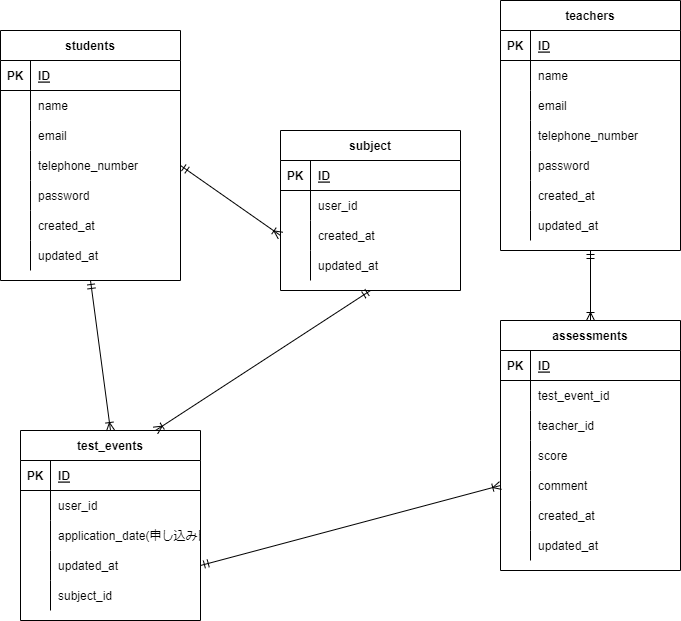
reth4e/database_practice keeps this draw.io diagram as 20220710mashita/er3.drawio.png. Above is the earlier version. Source tidied: cells renumbered, new cells last; positions are measured from the earlier drawing's top-left corner, leaving out a move shared by most shapes.
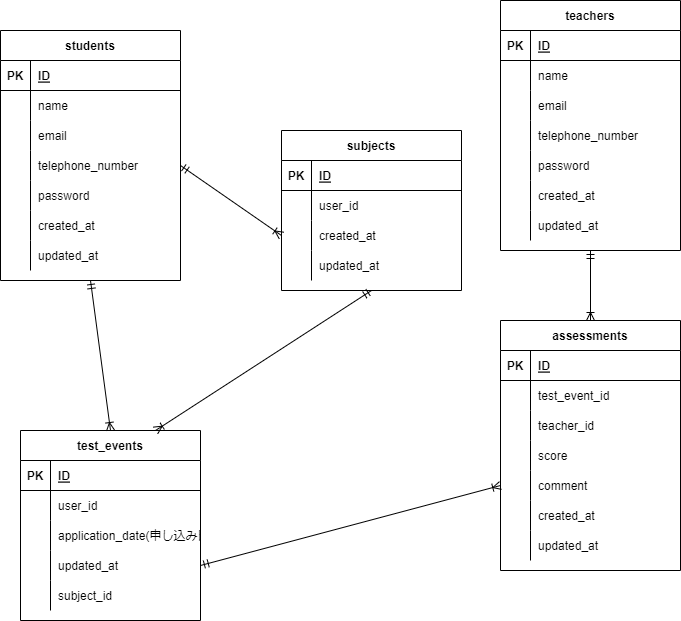
After the commit.

The edit, as a diff of the source:
```diff
@@ -257,8 +257,8 @@
     <mxCell id="86" style="fontSize=12;html=1;endArrow=ERoneToMany;startArrow=ERmandOne;exitX=1;exitY=0.5;exitDx=0;exitDy=0;entryX=0;entryY=0.5;entryDx=0;entryDy=0;" parent="1" edge="1" source="56" target="76">
       <mxGeometry relative="1" as="geometry" />
     </mxCell>
-    <mxCell id="87" value="subject" style="shape=table;startSize=30;rowLines=0;fontStyle=1;align=center;" parent="1" vertex="1">
-      <mxGeometry x="280" y="130" width="180" height="160" as="geometry" />
+    <mxCell id="87" value="subjects" style="shape=table;startSize=30;rowLines=0;fontStyle=1;align=center;" parent="1" vertex="1">
+      <mxGeometry x="281" y="130" width="180" height="160" as="geometry" />
     </mxCell>
     <mxCell id="88" style="shape=partialRectangle;fillColor=none;top=0;left=0;bottom=1;right=0;" parent="87" vertex="1">
       <mxGeometry y="30" width="180" height="30" as="geometry" />
```
